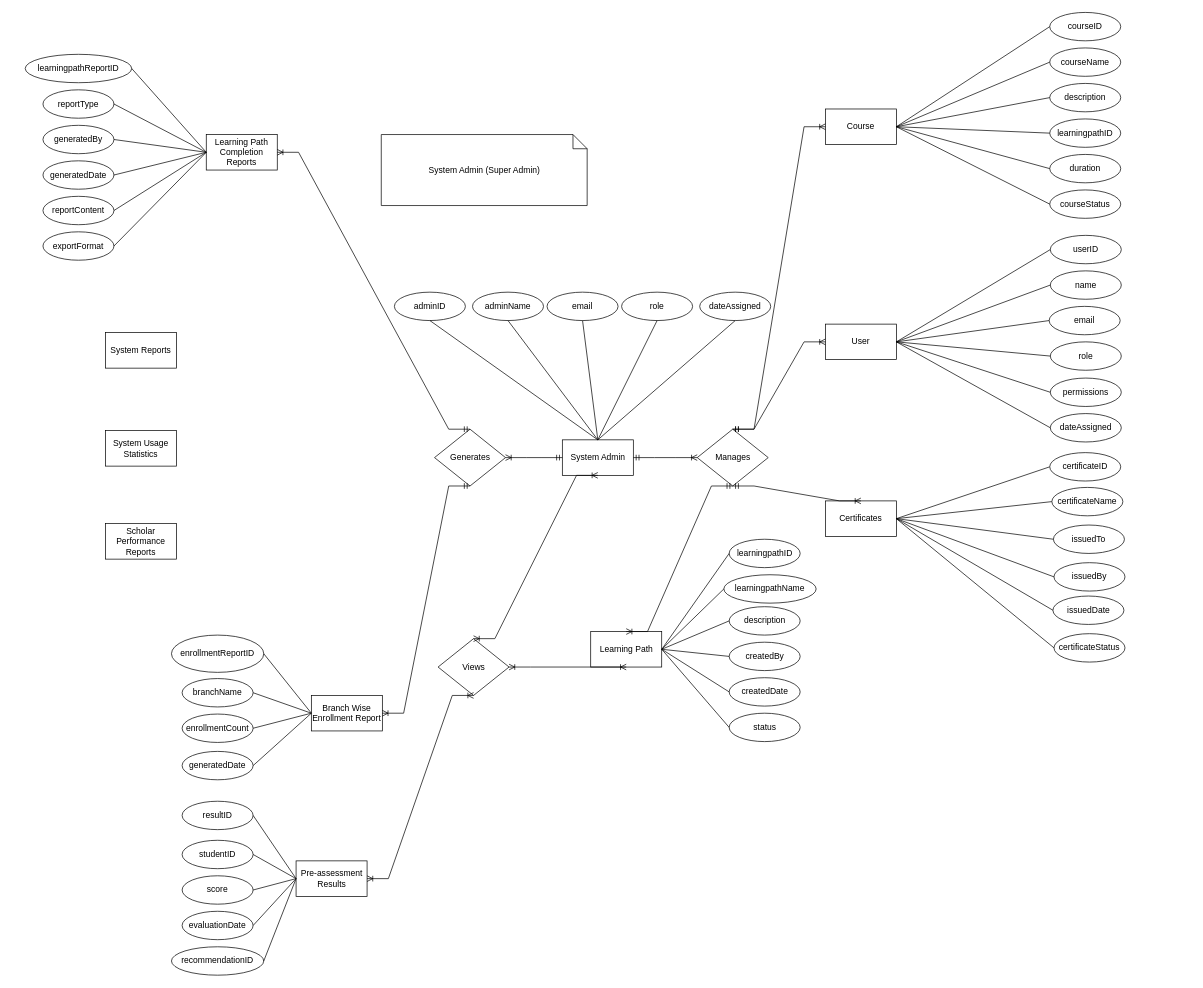
This is page "Page-5" (3 of 3) of SL-Activities/Task121/.drawio from rnrhltn/javanc3uc1, a draw.io file, before an edit. Source tidied: cells renumbered, new cells numbered last; positions are measured from the earlier drawing's top-left corner, leaving out a move shared by most shapes. Both pictures are drawn from the tidied source at 71%, with x=0, y=0 at pixel (25, 12).
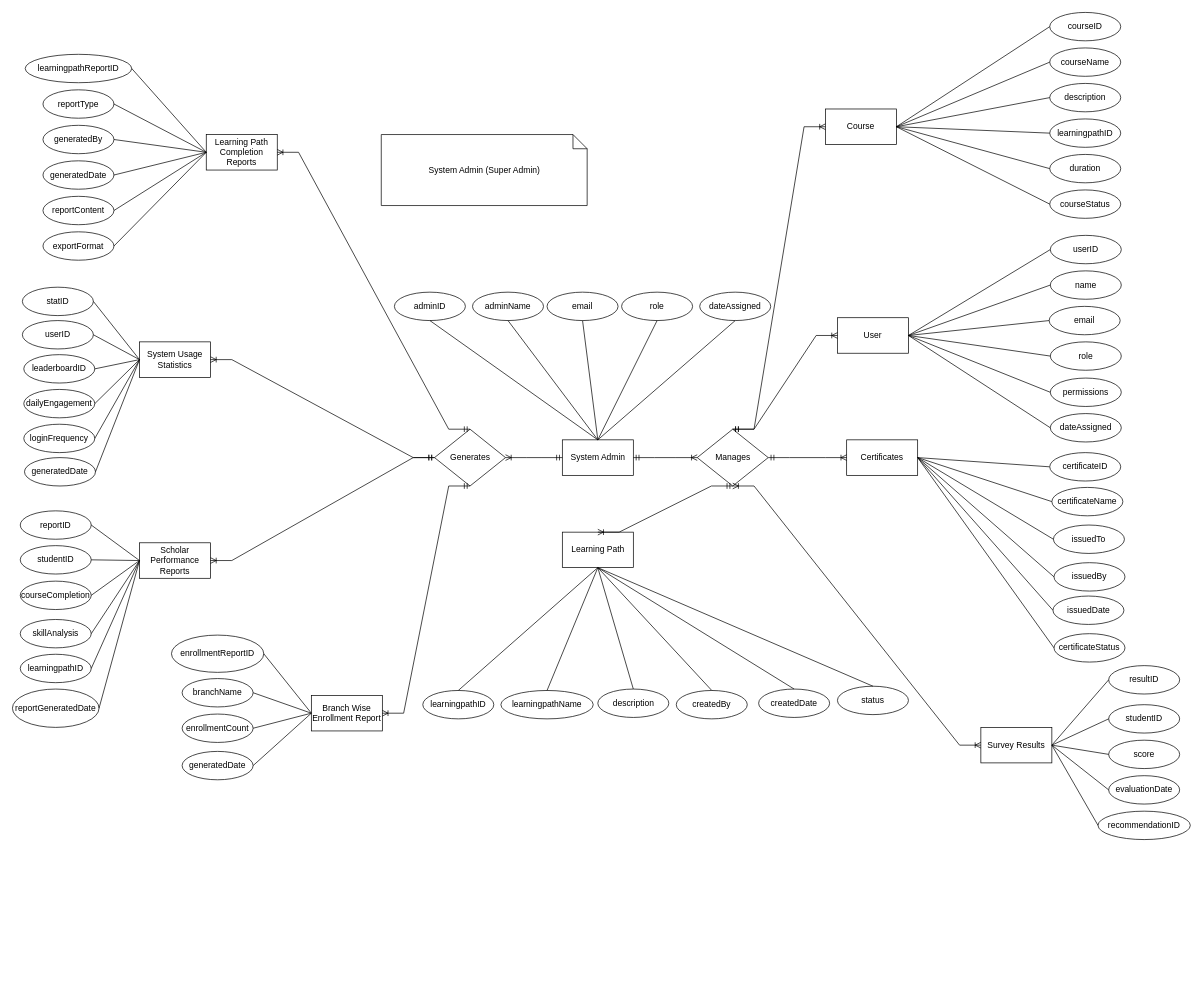
After the change.

The change refers to these unchanged cells:
```xml
<mxCell id="7" value="System Admin" style="html=1;dashed=0;whiteSpace=wrap;" parent="1" vertex="1">
  <mxGeometry x="756.5" y="602" width="100" height="50" as="geometry" />
</mxCell>
<mxCell id="8" value="Manages" style="shape=rhombus;html=1;dashed=0;whiteSpace=wrap;perimeter=rhombusPerimeter;" parent="1" vertex="1">
  <mxGeometry x="946.5" y="587" width="100" height="80" as="geometry" />
</mxCell>
<mxCell id="16" value="Generates" style="shape=rhombus;html=1;dashed=0;whiteSpace=wrap;perimeter=rhombusPerimeter;" parent="1" vertex="1">
  <mxGeometry x="576.5" y="587" width="100" height="80" as="geometry" />
</mxCell>
```

The edit, as a diff of the source:
```diff
@@
     <mxCell id="3" value="User" style="html=1;dashed=0;whiteSpace=wrap;" parent="1" vertex="1">
-      <mxGeometry x="1127" y="439" width="100" height="50" as="geometry" />
+      <mxGeometry x="1144" y="430" width="100" height="50" as="geometry" />
     </mxCell>
-    <mxCell id="4" value="Views" style="shape=rhombus;html=1;dashed=0;whiteSpace=wrap;perimeter=rhombusPerimeter;" parent="1" vertex="1">
-      <mxGeometry x="581.5" y="882" width="100" height="80" as="geometry" />
-    </mxCell>
-    <mxCell id="5" value="Pre-assessment Results" style="html=1;dashed=0;whiteSpace=wrap;" parent="1" vertex="1">
-      <mxGeometry x="381.5" y="1195" width="100" height="50" as="geometry" />
+    <mxCell id="5" value="Survey Results" style="html=1;dashed=0;whiteSpace=wrap;" parent="1" vertex="1">
+      <mxGeometry x="1346" y="1007" width="100" height="50" as="geometry" />
     </mxCell>
@@
     <mxCell id="9" value="Learning Path" style="html=1;dashed=0;whiteSpace=wrap;" parent="1" vertex="1">
-      <mxGeometry x="796.5" y="872" width="100" height="50" as="geometry" />
+      <mxGeometry x="756.5" y="732" width="100" height="50" as="geometry" />
     </mxCell>
@@
     <mxCell id="14" value="Certificates" style="html=1;dashed=0;whiteSpace=wrap;" parent="1" vertex="1">
-      <mxGeometry x="1127" y="688" width="100" height="50" as="geometry" />
+      <mxGeometry x="1157" y="602" width="100" height="50" as="geometry" />
     </mxCell>
-    <mxCell id="15" style="edgeStyle=entityRelationEdgeStyle;fontSize=12;html=1;endArrow=ERoneToMany;startArrow=ERmandOne;rounded=0;entryX=0.5;entryY=0;entryDx=0;entryDy=0;" parent="1" edge="1" target="14">
-      <mxGeometry relative="1" as="geometry">
-        <mxPoint x="996.5" y="667" as="sourcePoint" />
-      </mxGeometry>
+    <mxCell id="15" style="edgeStyle=entityRelationEdgeStyle;fontSize=12;html=1;endArrow=ERoneToMany;startArrow=ERmandOne;rounded=0;entryX=0;entryY=0.5;entryDx=0;entryDy=0;exitX=1;exitY=0.5;exitDx=0;exitDy=0;" parent="1" edge="1" source="8" target="14">
+      <mxGeometry relative="1" as="geometry" />
     </mxCell>
@@
     <mxCell id="40" value="learningpathID" style="ellipse;whiteSpace=wrap;html=1;align=center;" parent="1" vertex="1">
-      <mxGeometry x="991.5" y="742" width="100" height="40" as="geometry" />
+      <mxGeometry x="560" y="955" width="100" height="40" as="geometry" />
     </mxCell>
     <mxCell id="41" value="learningpathName" style="ellipse;whiteSpace=wrap;html=1;align=center;" parent="1" vertex="1">
-      <mxGeometry x="984" y="792" width="130" height="40" as="geometry" />
+      <mxGeometry x="670" y="955" width="130" height="40" as="geometry" />
     </mxCell>
     <mxCell id="42" value="description" style="ellipse;whiteSpace=wrap;html=1;align=center;" parent="1" vertex="1">
-      <mxGeometry x="991.5" y="837" width="100" height="40" as="geometry" />
+      <mxGeometry x="806.5" y="953" width="100" height="40" as="geometry" />
     </mxCell>
     <mxCell id="43" value="createdBy" style="ellipse;whiteSpace=wrap;html=1;align=center;" parent="1" vertex="1">
-      <mxGeometry x="991.5" y="887" width="100" height="40" as="geometry" />
+      <mxGeometry x="917" y="955" width="100" height="40" as="geometry" />
     </mxCell>
     <mxCell id="44" value="createdDate" style="ellipse;whiteSpace=wrap;html=1;align=center;" parent="1" vertex="1">
-      <mxGeometry x="991.5" y="937" width="100" height="40" as="geometry" />
+      <mxGeometry x="1033" y="953" width="100" height="40" as="geometry" />
     </mxCell>
     <mxCell id="45" value="status" style="ellipse;whiteSpace=wrap;html=1;align=center;" parent="1" vertex="1">
-      <mxGeometry x="991.5" y="987" width="100" height="40" as="geometry" />
+      <mxGeometry x="1144" y="949" width="100" height="40" as="geometry" />
     </mxCell>
-    <mxCell id="46" style="endArrow=none;html=1;rounded=0;entryX=0;entryY=0.5;entryDx=0;entryDy=0;exitX=1;exitY=0.5;exitDx=0;exitDy=0;" parent="1" edge="1" source="9" target="40">
+    <mxCell id="46" style="endArrow=none;html=1;rounded=0;entryX=0.5;entryY=0;entryDx=0;entryDy=0;exitX=0.5;exitY=1;exitDx=0;exitDy=0;" parent="1" edge="1" source="9" target="40">
       <mxGeometry relative="1" as="geometry" />
     </mxCell>
-    <mxCell id="47" style="endArrow=none;html=1;rounded=0;entryX=0;entryY=0.5;entryDx=0;entryDy=0;exitX=1;exitY=0.5;exitDx=0;exitDy=0;" parent="1" edge="1" source="9" target="41">
+    <mxCell id="47" style="endArrow=none;html=1;rounded=0;entryX=0.5;entryY=0;entryDx=0;entryDy=0;exitX=0.5;exitY=1;exitDx=0;exitDy=0;" parent="1" edge="1" source="9" target="41">
       <mxGeometry relative="1" as="geometry" />
     </mxCell>
-    <mxCell id="48" style="endArrow=none;html=1;rounded=0;entryX=0;entryY=0.5;entryDx=0;entryDy=0;exitX=1;exitY=0.5;exitDx=0;exitDy=0;" parent="1" edge="1" source="9" target="42">
+    <mxCell id="48" style="endArrow=none;html=1;rounded=0;entryX=0.5;entryY=0;entryDx=0;entryDy=0;exitX=0.5;exitY=1;exitDx=0;exitDy=0;" parent="1" edge="1" source="9" target="42">
       <mxGeometry relative="1" as="geometry" />
     </mxCell>
-    <mxCell id="49" style="endArrow=none;html=1;rounded=0;entryX=0;entryY=0.5;entryDx=0;entryDy=0;exitX=1;exitY=0.5;exitDx=0;exitDy=0;" parent="1" edge="1" source="9" target="43">
+    <mxCell id="49" style="endArrow=none;html=1;rounded=0;entryX=0.5;entryY=0;entryDx=0;entryDy=0;exitX=0.5;exitY=1;exitDx=0;exitDy=0;" parent="1" edge="1" source="9" target="43">
       <mxGeometry relative="1" as="geometry" />
     </mxCell>
-    <mxCell id="50" style="endArrow=none;html=1;rounded=0;entryX=0;entryY=0.5;entryDx=0;entryDy=0;exitX=1;exitY=0.5;exitDx=0;exitDy=0;" parent="1" edge="1" source="9" target="44">
+    <mxCell id="50" style="endArrow=none;html=1;rounded=0;entryX=0.5;entryY=0;entryDx=0;entryDy=0;exitX=0.5;exitY=1;exitDx=0;exitDy=0;" parent="1" edge="1" source="9" target="44">
       <mxGeometry relative="1" as="geometry" />
     </mxCell>
-    <mxCell id="51" style="endArrow=none;html=1;rounded=0;entryX=0;entryY=0.5;entryDx=0;entryDy=0;exitX=1;exitY=0.5;exitDx=0;exitDy=0;" parent="1" edge="1" source="9" target="45">
+    <mxCell id="51" style="endArrow=none;html=1;rounded=0;entryX=0.5;entryY=0;entryDx=0;entryDy=0;exitX=0.5;exitY=1;exitDx=0;exitDy=0;" parent="1" edge="1" source="9" target="45">
       <mxGeometry relative="1" as="geometry" />
     </mxCell>
@@
-    <mxCell id="77" style="edgeStyle=entityRelationEdgeStyle;fontSize=12;html=1;endArrow=ERoneToMany;startArrow=ERoneToMany;rounded=0;entryX=0.5;entryY=1;entryDx=0;entryDy=0;exitX=0.5;exitY=0;exitDx=0;exitDy=0;" parent="1" edge="1" source="4" target="7">
-      <mxGeometry relative="1" as="geometry" />
-    </mxCell>
-    <mxCell id="78" style="edgeStyle=entityRelationEdgeStyle;fontSize=12;html=1;endArrow=ERoneToMany;startArrow=ERoneToMany;rounded=0;entryX=0.5;entryY=1;entryDx=0;entryDy=0;exitX=1;exitY=0.5;exitDx=0;exitDy=0;" parent="1" edge="1" source="4" target="9">
-      <mxGeometry relative="1" as="geometry" />
-    </mxCell>
-    <mxCell id="79" style="edgeStyle=entityRelationEdgeStyle;fontSize=12;html=1;endArrow=ERoneToMany;startArrow=ERoneToMany;rounded=0;entryX=1;entryY=0.5;entryDx=0;entryDy=0;exitX=0.5;exitY=1;exitDx=0;exitDy=0;" parent="1" edge="1" source="4" target="5">
+    <mxCell id="79" style="edgeStyle=entityRelationEdgeStyle;fontSize=12;html=1;endArrow=ERoneToMany;startArrow=ERoneToMany;rounded=0;entryX=0;entryY=0.5;entryDx=0;entryDy=0;exitX=0.5;exitY=1;exitDx=0;exitDy=0;" parent="1" edge="1" source="8" target="5">
       <mxGeometry relative="1" as="geometry" />
     </mxCell>
@@
     <mxCell id="93" value="resultID" style="ellipse;whiteSpace=wrap;html=1;align=center;" parent="1" vertex="1">
-      <mxGeometry x="221" y="1111" width="100" height="40" as="geometry" />
+      <mxGeometry x="1526" y="920" width="100" height="40" as="geometry" />
     </mxCell>
     <mxCell id="94" value="studentID" style="ellipse;whiteSpace=wrap;html=1;align=center;" parent="1" vertex="1">
-      <mxGeometry x="221" y="1166" width="100" height="40" as="geometry" />
+      <mxGeometry x="1526" y="975" width="100" height="40" as="geometry" />
     </mxCell>
     <mxCell id="95" value="score" style="ellipse;whiteSpace=wrap;html=1;align=center;" parent="1" vertex="1">
-      <mxGeometry x="221" y="1216" width="100" height="40" as="geometry" />
+      <mxGeometry x="1526" y="1025" width="100" height="40" as="geometry" />
     </mxCell>
     <mxCell id="96" value="evaluationDate" style="ellipse;whiteSpace=wrap;html=1;align=center;" parent="1" vertex="1">
-      <mxGeometry x="221" y="1266" width="100" height="40" as="geometry" />
+      <mxGeometry x="1526" y="1075" width="100" height="40" as="geometry" />
     </mxCell>
     <mxCell id="97" value="recommendationID" style="ellipse;whiteSpace=wrap;html=1;align=center;" parent="1" vertex="1">
-      <mxGeometry x="206" y="1316" width="130" height="40" as="geometry" />
+      <mxGeometry x="1511" y="1125" width="130" height="40" as="geometry" />
     </mxCell>
-    <mxCell id="98" style="endArrow=none;html=1;rounded=0;entryX=0;entryY=0.5;entryDx=0;entryDy=0;exitX=1;exitY=0.5;exitDx=0;exitDy=0;" parent="1" edge="1" source="93" target="5">
+    <mxCell id="98" style="endArrow=none;html=1;rounded=0;entryX=1;entryY=0.5;entryDx=0;entryDy=0;exitX=0;exitY=0.5;exitDx=0;exitDy=0;" parent="1" edge="1" source="93" target="5">
       <mxGeometry relative="1" as="geometry" />
     </mxCell>
-    <mxCell id="99" style="endArrow=none;html=1;rounded=0;entryX=0;entryY=0.5;entryDx=0;entryDy=0;exitX=1;exitY=0.5;exitDx=0;exitDy=0;" parent="1" edge="1" source="94" target="5">
+    <mxCell id="99" style="endArrow=none;html=1;rounded=0;entryX=1;entryY=0.5;entryDx=0;entryDy=0;exitX=0;exitY=0.5;exitDx=0;exitDy=0;" parent="1" edge="1" source="94" target="5">
       <mxGeometry relative="1" as="geometry" />
     </mxCell>
-    <mxCell id="100" style="endArrow=none;html=1;rounded=0;entryX=0;entryY=0.5;entryDx=0;entryDy=0;exitX=1;exitY=0.5;exitDx=0;exitDy=0;" parent="1" edge="1" source="95" target="5">
+    <mxCell id="100" style="endArrow=none;html=1;rounded=0;entryX=1;entryY=0.5;entryDx=0;entryDy=0;exitX=0;exitY=0.5;exitDx=0;exitDy=0;" parent="1" edge="1" source="95" target="5">
       <mxGeometry relative="1" as="geometry" />
     </mxCell>
-    <mxCell id="101" style="endArrow=none;html=1;rounded=0;entryX=0;entryY=0.5;entryDx=0;entryDy=0;exitX=1;exitY=0.5;exitDx=0;exitDy=0;" parent="1" edge="1" source="96" target="5">
+    <mxCell id="101" style="endArrow=none;html=1;rounded=0;entryX=1;entryY=0.5;entryDx=0;entryDy=0;exitX=0;exitY=0.5;exitDx=0;exitDy=0;" parent="1" edge="1" source="96" target="5">
       <mxGeometry relative="1" as="geometry" />
     </mxCell>
-    <mxCell id="102" style="endArrow=none;html=1;rounded=0;entryX=0;entryY=0.5;entryDx=0;entryDy=0;exitX=1;exitY=0.5;exitDx=0;exitDy=0;" parent="1" edge="1" source="97" target="5">
+    <mxCell id="102" style="endArrow=none;html=1;rounded=0;entryX=1;entryY=0.5;entryDx=0;entryDy=0;exitX=0;exitY=0.5;exitDx=0;exitDy=0;" parent="1" edge="1" source="97" target="5">
       <mxGeometry relative="1" as="geometry" />
     </mxCell>
@@
-    <mxCell id="111" value="System Reports" style="html=1;dashed=0;whiteSpace=wrap;" parent="1" vertex="1">
-      <mxGeometry x="113" y="451" width="100" height="50" as="geometry" />
-    </mxCell>
     <mxCell id="112" value="System Usage Statistics" style="html=1;dashed=0;whiteSpace=wrap;" parent="1" vertex="1">
-      <mxGeometry x="113" y="589" width="100" height="50" as="geometry" />
+      <mxGeometry x="161" y="464" width="100" height="50" as="geometry" />
     </mxCell>
     <mxCell id="113" value="Scholar Performance Reports" style="html=1;dashed=0;whiteSpace=wrap;" parent="1" vertex="1">
-      <mxGeometry x="113" y="720" width="100" height="50" as="geometry" />
+      <mxGeometry x="161" y="747" width="100" height="50" as="geometry" />
     </mxCell>
@@
+    <mxCell id="116" style="edgeStyle=entityRelationEdgeStyle;fontSize=12;html=1;endArrow=ERoneToMany;startArrow=ERmandOne;rounded=0;exitX=0;exitY=0.5;exitDx=0;exitDy=0;entryX=1;entryY=0.5;entryDx=0;entryDy=0;" parent="1" edge="1" source="16" target="112">
+      <mxGeometry relative="1" as="geometry" />
+    </mxCell>
+    <mxCell id="117" style="edgeStyle=entityRelationEdgeStyle;fontSize=12;html=1;endArrow=ERoneToMany;startArrow=ERmandOne;rounded=0;exitX=0;exitY=0.5;exitDx=0;exitDy=0;entryX=1;entryY=0.5;entryDx=0;entryDy=0;" parent="1" edge="1" source="16" target="113">
+      <mxGeometry relative="1" as="geometry" />
+    </mxCell>
+    <mxCell id="118" value="statID" style="ellipse;whiteSpace=wrap;html=1;align=center;" parent="1" vertex="1">
+      <mxGeometry x="-4" y="387" width="100" height="40" as="geometry" />
+    </mxCell>
+    <mxCell id="119" value="userID" style="ellipse;whiteSpace=wrap;html=1;align=center;" parent="1" vertex="1">
+      <mxGeometry x="-4" y="434" width="100" height="40" as="geometry" />
+    </mxCell>
+    <mxCell id="120" value="loginFrequency" style="ellipse;whiteSpace=wrap;html=1;align=center;" parent="1" vertex="1">
+      <mxGeometry x="-2" y="580" width="100" height="40" as="geometry" />
+    </mxCell>
+    <mxCell id="121" value="dailyEngagement" style="ellipse;whiteSpace=wrap;html=1;align=center;" parent="1" vertex="1">
+      <mxGeometry x="-2" y="531" width="100" height="40" as="geometry" />
+    </mxCell>
+    <mxCell id="122" value="leaderboardID" style="ellipse;whiteSpace=wrap;html=1;align=center;" parent="1" vertex="1">
+      <mxGeometry x="-2" y="482" width="100" height="40" as="geometry" />
+    </mxCell>
+    <mxCell id="123" value="reportID" style="ellipse;whiteSpace=wrap;html=1;align=center;" parent="1" vertex="1">
+      <mxGeometry x="-7" y="702" width="100" height="40" as="geometry" />
+    </mxCell>
+    <mxCell id="124" value="studentID" style="ellipse;whiteSpace=wrap;html=1;align=center;" parent="1" vertex="1">
+      <mxGeometry x="-7" y="751" width="100" height="40" as="geometry" />
+    </mxCell>
+    <mxCell id="125" value="courseCompletion" style="ellipse;whiteSpace=wrap;html=1;align=center;" parent="1" vertex="1">
+      <mxGeometry x="-7" y="801" width="100" height="40" as="geometry" />
+    </mxCell>
+    <mxCell id="126" value="skillAnalysis" style="ellipse;whiteSpace=wrap;html=1;align=center;" parent="1" vertex="1">
+      <mxGeometry x="-7" y="855" width="100" height="40" as="geometry" />
+    </mxCell>
+    <mxCell id="127" value="learningpathID" style="ellipse;whiteSpace=wrap;html=1;align=center;" parent="1" vertex="1">
+      <mxGeometry x="-7" y="904" width="100" height="40" as="geometry" />
+    </mxCell>
+    <mxCell id="128" value="generatedDate" style="ellipse;whiteSpace=wrap;html=1;align=center;" parent="1" vertex="1">
+      <mxGeometry x="-1" y="627" width="100" height="40" as="geometry" />
+    </mxCell>
+    <mxCell id="129" value="reportGeneratedDate" style="ellipse;whiteSpace=wrap;html=1;align=center;" parent="1" vertex="1">
+      <mxGeometry x="-18" y="953" width="122" height="54" as="geometry" />
+    </mxCell>
+    <mxCell id="130" style="endArrow=none;html=1;rounded=0;entryX=1;entryY=0.5;entryDx=0;entryDy=0;exitX=0;exitY=0.5;exitDx=0;exitDy=0;" parent="1" edge="1" source="112" target="118">
+      <mxGeometry relative="1" as="geometry" />
+    </mxCell>
+    <mxCell id="131" style="endArrow=none;html=1;rounded=0;entryX=1;entryY=0.5;entryDx=0;entryDy=0;exitX=0;exitY=0.5;exitDx=0;exitDy=0;" parent="1" edge="1" source="112" target="119">
+      <mxGeometry relative="1" as="geometry" />
+    </mxCell>
+    <mxCell id="132" style="endArrow=none;html=1;rounded=0;entryX=0;entryY=0.5;entryDx=0;entryDy=0;exitX=1;exitY=0.5;exitDx=0;exitDy=0;" parent="1" edge="1" source="122" target="112">
+      <mxGeometry relative="1" as="geometry" />
+    </mxCell>
+    <mxCell id="133" style="endArrow=none;html=1;rounded=0;entryX=1;entryY=0.5;entryDx=0;entryDy=0;exitX=0;exitY=0.5;exitDx=0;exitDy=0;" parent="1" edge="1" source="112" target="121">
+      <mxGeometry relative="1" as="geometry" />
+    </mxCell>
+    <mxCell id="134" style="endArrow=none;html=1;rounded=0;entryX=0;entryY=0.5;entryDx=0;entryDy=0;exitX=1;exitY=0.5;exitDx=0;exitDy=0;" parent="1" edge="1" source="120" target="112">
+      <mxGeometry relative="1" as="geometry" />
+    </mxCell>
+    <mxCell id="135" style="endArrow=none;html=1;rounded=0;entryX=0;entryY=0.5;entryDx=0;entryDy=0;exitX=1;exitY=0.5;exitDx=0;exitDy=0;" parent="1" edge="1" source="128" target="112">
+      <mxGeometry relative="1" as="geometry" />
+    </mxCell>
+    <mxCell id="136" style="endArrow=none;html=1;rounded=0;entryX=1;entryY=0.5;entryDx=0;entryDy=0;exitX=0;exitY=0.5;exitDx=0;exitDy=0;" parent="1" edge="1" source="113" target="123">
+      <mxGeometry relative="1" as="geometry" />
+    </mxCell>
+    <mxCell id="137" style="endArrow=none;html=1;rounded=0;entryX=1;entryY=0.5;entryDx=0;entryDy=0;exitX=0;exitY=0.5;exitDx=0;exitDy=0;" parent="1" edge="1" source="113" target="124">
+      <mxGeometry relative="1" as="geometry" />
+    </mxCell>
+    <mxCell id="138" style="endArrow=none;html=1;rounded=0;entryX=1;entryY=0.5;entryDx=0;entryDy=0;exitX=0;exitY=0.5;exitDx=0;exitDy=0;" parent="1" edge="1" source="113" target="125">
+      <mxGeometry relative="1" as="geometry" />
+    </mxCell>
+    <mxCell id="139" style="endArrow=none;html=1;rounded=0;entryX=0;entryY=0.5;entryDx=0;entryDy=0;exitX=1;exitY=0.5;exitDx=0;exitDy=0;" parent="1" edge="1" source="126" target="113">
+      <mxGeometry relative="1" as="geometry" />
+    </mxCell>
+    <mxCell id="140" style="endArrow=none;html=1;rounded=0;entryX=0;entryY=0.5;entryDx=0;entryDy=0;exitX=1;exitY=0.5;exitDx=0;exitDy=0;" parent="1" edge="1" source="127" target="113">
+      <mxGeometry relative="1" as="geometry" />
+    </mxCell>
+    <mxCell id="141" style="endArrow=none;html=1;rounded=0;entryX=0;entryY=0.5;entryDx=0;entryDy=0;exitX=1;exitY=0.5;exitDx=0;exitDy=0;" parent="1" edge="1" source="129" target="113">
+      <mxGeometry relative="1" as="geometry" />
+    </mxCell>
```
